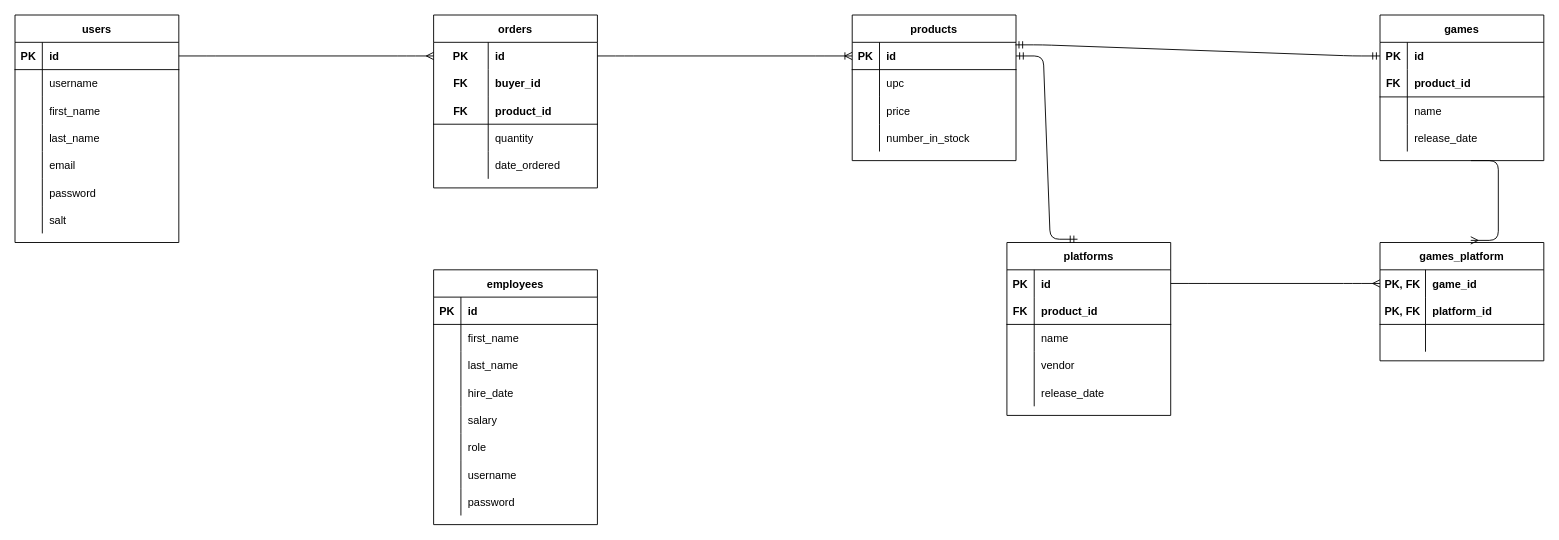
Earlier version of the draw.io diagram ERD.drawio (jamesaiello42/Video-Game-API). Source tidied: cells renumbered, new cells numbered last; positions are measured from the earlier drawing's top-left corner, leaving out a move shared by most shapes. Both pictures are drawn from the tidied source at 91%, with x=0, y=0 at pixel (15, 15).
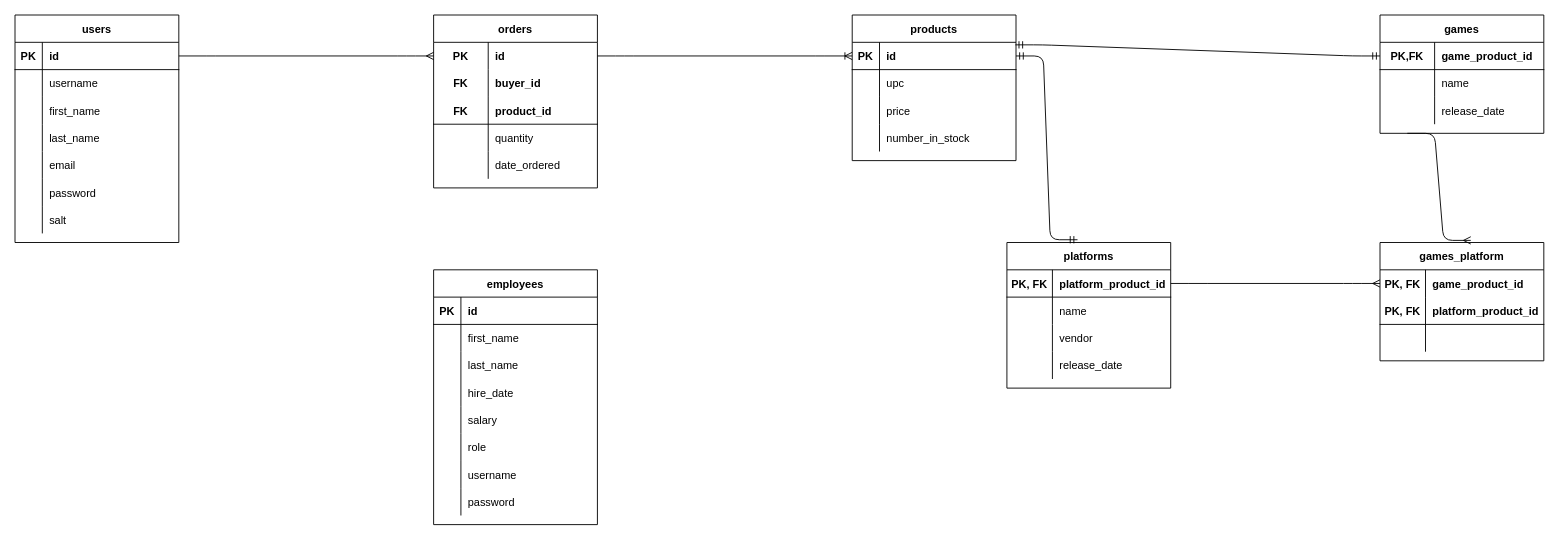
The same diagram, later.

Unchanged cells that the change refers to:
```xml
<mxCell id="37" value="games_platform" style="shape=table;startSize=30;childLayout=tableLayout;rowLines=0;fontStyle=1;align=center;" parent="1" vertex="1">
  <mxGeometry x="1500" y="250" width="180" height="130" as="geometry" />
</mxCell>
<mxCell id="38" style="shape=partialRectangle;fillColor=none;top=0;left=0;bottom=0;right=0;" parent="37" vertex="1">
  <mxGeometry y="30" width="180" height="30" as="geometry" />
</mxCell>
<mxCell id="41" style="shape=partialRectangle;fillColor=none;top=0;left=0;bottom=1;right=0;" parent="37" vertex="1">
  <mxGeometry y="60" width="180" height="30" as="geometry" />
</mxCell>
<mxCell id="80" style="shape=partialRectangle;fillColor=none;top=0;left=0;bottom=1;right=0;points=[[0,0.5],[1,0.5]];portConstraint=eastwest;" parent="79" vertex="1">
  <mxGeometry y="30" width="180" height="30" as="geometry" />
</mxCell>
```

Diff of the diagram source:
```diff
@@
     <mxCell id="24" value="games" style="shape=table;startSize=30;childLayout=tableLayout;rowLines=0;fontStyle=1;align=center;" parent="1" vertex="1">
-      <mxGeometry x="1500" width="180" height="160" as="geometry" />
+      <mxGeometry x="1500" width="180" height="130" as="geometry" />
     </mxCell>
-    <mxCell id="25" style="shape=partialRectangle;fillColor=none;top=0;left=0;bottom=0;right=0;points=[[0,0.5],[1,0.5]];portConstraint=eastwest;strokeColor=#000000;strokeWidth=1;" parent="24" vertex="1">
-      <mxGeometry y="30" width="180" height="30" as="geometry" />
-    </mxCell>
-    <mxCell id="26" value="PK" style="shape=partialRectangle;fillColor=none;top=0;left=0;bottom=0;right=0;fontStyle=1;overflow=hidden;" parent="25" vertex="1">
-      <mxGeometry width="30" height="30" as="geometry" />
-    </mxCell>
-    <mxCell id="27" value="id" style="shape=partialRectangle;fillColor=none;top=0;left=0;bottom=0;right=0;align=left;spacingLeft=6;fontStyle=1;overflow=hidden;" parent="25" vertex="1">
-      <mxGeometry x="30" width="150" height="30" as="geometry" />
-    </mxCell>
     <mxCell id="28" style="shape=partialRectangle;fillColor=none;top=0;left=0;bottom=1;right=0;" parent="24" vertex="1">
-      <mxGeometry y="60" width="180" height="30" as="geometry" />
+      <mxGeometry y="30" width="180" height="30" as="geometry" />
     </mxCell>
-    <mxCell id="29" value="FK" style="shape=partialRectangle;fillColor=none;top=0;left=0;bottom=0;right=0;fontStyle=1;overflow=hidden;" parent="28" vertex="1">
-      <mxGeometry width="30" height="30" as="geometry" />
+    <mxCell id="29" value="PK,FK" style="shape=partialRectangle;fillColor=none;top=0;left=0;bottom=0;right=0;fontStyle=1;overflow=hidden;" parent="28" vertex="1">
+      <mxGeometry width="60" height="30" as="geometry" />
     </mxCell>
-    <mxCell id="30" value="product_id" style="shape=partialRectangle;fillColor=none;top=0;left=0;bottom=0;right=0;align=left;spacingLeft=6;fontStyle=1;overflow=hidden;" parent="28" vertex="1">
-      <mxGeometry x="30" width="150" height="30" as="geometry" />
+    <mxCell id="30" value="game_product_id" style="shape=partialRectangle;fillColor=none;top=0;left=0;bottom=0;right=0;align=left;spacingLeft=6;fontStyle=1;overflow=hidden;" parent="28" vertex="1">
+      <mxGeometry x="60" width="120" height="30" as="geometry" />
     </mxCell>
     <mxCell id="31" style="shape=partialRectangle;fillColor=none;top=0;left=0;bottom=0;right=0;" parent="24" vertex="1">
-      <mxGeometry y="90" width="180" height="30" as="geometry" />
+      <mxGeometry y="60" width="180" height="30" as="geometry" />
     </mxCell>
     <mxCell id="32" style="shape=partialRectangle;fillColor=none;top=0;left=0;bottom=0;right=0;overflow=hidden;" parent="31" vertex="1">
-      <mxGeometry width="30" height="30" as="geometry" />
+      <mxGeometry width="60" height="30" as="geometry" />
     </mxCell>
     <mxCell id="33" value="name" style="shape=partialRectangle;fillColor=none;top=0;left=0;bottom=0;right=0;align=left;spacingLeft=6;overflow=hidden;" parent="31" vertex="1">
-      <mxGeometry x="30" width="150" height="30" as="geometry" />
+      <mxGeometry x="60" width="120" height="30" as="geometry" />
     </mxCell>
     <mxCell id="34" style="shape=partialRectangle;fillColor=none;top=0;left=0;bottom=0;right=0;" parent="24" vertex="1">
-      <mxGeometry y="120" width="180" height="30" as="geometry" />
+      <mxGeometry y="90" width="180" height="30" as="geometry" />
     </mxCell>
     <mxCell id="35" style="shape=partialRectangle;fillColor=none;top=0;left=0;bottom=0;right=0;overflow=hidden;" parent="34" vertex="1">
-      <mxGeometry width="30" height="30" as="geometry" />
+      <mxGeometry width="60" height="30" as="geometry" />
     </mxCell>
     <mxCell id="36" value="release_date" style="shape=partialRectangle;fillColor=none;top=0;left=0;bottom=0;right=0;align=left;spacingLeft=6;overflow=hidden;" parent="34" vertex="1">
-      <mxGeometry x="30" width="150" height="30" as="geometry" />
+      <mxGeometry x="60" width="120" height="30" as="geometry" />
     </mxCell>
@@
-    <mxCell id="40" value="game_id" style="shape=partialRectangle;fillColor=none;top=0;left=0;bottom=0;right=0;align=left;spacingLeft=6;fontStyle=1;overflow=hidden;" parent="38" vertex="1">
+    <mxCell id="40" value="game_product_id" style="shape=partialRectangle;fillColor=none;top=0;left=0;bottom=0;right=0;align=left;spacingLeft=6;fontStyle=1;overflow=hidden;" parent="38" vertex="1">
       <mxGeometry x="50" width="130" height="30" as="geometry" />
     </mxCell>
@@
-    <mxCell id="43" value="platform_id" style="shape=partialRectangle;fillColor=none;top=0;left=0;bottom=0;right=0;align=left;spacingLeft=6;fontStyle=1;overflow=hidden;" parent="41" vertex="1">
+    <mxCell id="43" value="platform_product_id" style="shape=partialRectangle;fillColor=none;top=0;left=0;bottom=0;right=0;align=left;spacingLeft=6;fontStyle=1;overflow=hidden;" parent="41" vertex="1">
       <mxGeometry x="50" width="130" height="30" as="geometry" />
     </mxCell>
@@
     <mxCell id="47" value="platforms" style="shape=table;startSize=30;childLayout=tableLayout;rowLines=0;fontStyle=1;align=center;" parent="1" vertex="1">
-      <mxGeometry x="1090" y="250" width="180" height="190" as="geometry" />
+      <mxGeometry x="1090" y="250" width="180" height="160" as="geometry" />
     </mxCell>
-    <mxCell id="48" style="shape=partialRectangle;fillColor=none;top=0;left=0;bottom=0;right=0;points=[[0,0.5],[1,0.5]];portConstraint=eastwest;strokeColor=#000000;strokeWidth=1;" parent="47" vertex="1">
-      <mxGeometry y="30" width="180" height="30" as="geometry" />
-    </mxCell>
-    <mxCell id="49" value="PK" style="shape=partialRectangle;fillColor=none;top=0;left=0;bottom=0;right=0;fontStyle=1;overflow=hidden;" parent="48" vertex="1">
-      <mxGeometry width="30" height="30" as="geometry" />
-    </mxCell>
-    <mxCell id="50" value="id" style="shape=partialRectangle;fillColor=none;top=0;left=0;bottom=0;right=0;align=left;spacingLeft=6;fontStyle=1;overflow=hidden;" parent="48" vertex="1">
-      <mxGeometry x="30" width="150" height="30" as="geometry" />
-    </mxCell>
     <mxCell id="51" style="shape=partialRectangle;fillColor=none;top=0;left=0;bottom=1;right=0;" parent="47" vertex="1">
-      <mxGeometry y="60" width="180" height="30" as="geometry" />
+      <mxGeometry y="30" width="180" height="30" as="geometry" />
     </mxCell>
-    <mxCell id="52" value="FK" style="shape=partialRectangle;fillColor=none;top=0;left=0;bottom=0;right=0;fontStyle=1;overflow=hidden;" parent="51" vertex="1">
-      <mxGeometry width="30" height="30" as="geometry" />
+    <mxCell id="52" value="PK, FK" style="shape=partialRectangle;fillColor=none;top=0;left=0;bottom=0;right=0;fontStyle=1;overflow=hidden;" parent="51" vertex="1">
+      <mxGeometry width="50" height="30" as="geometry" />
     </mxCell>
-    <mxCell id="53" value="product_id" style="shape=partialRectangle;fillColor=none;top=0;left=0;bottom=0;right=0;align=left;spacingLeft=6;fontStyle=1;overflow=hidden;" parent="51" vertex="1">
-      <mxGeometry x="30" width="150" height="30" as="geometry" />
+    <mxCell id="53" value="platform_product_id" style="shape=partialRectangle;fillColor=none;top=0;left=0;bottom=0;right=0;align=left;spacingLeft=6;fontStyle=1;overflow=hidden;" parent="51" vertex="1">
+      <mxGeometry x="50" width="130" height="30" as="geometry" />
     </mxCell>
     <mxCell id="54" style="shape=partialRectangle;fillColor=none;top=0;left=0;bottom=0;right=0;" parent="47" vertex="1">
-      <mxGeometry y="90" width="180" height="30" as="geometry" />
+      <mxGeometry y="60" width="180" height="30" as="geometry" />
     </mxCell>
     <mxCell id="55" style="shape=partialRectangle;fillColor=none;top=0;left=0;bottom=0;right=0;overflow=hidden;" parent="54" vertex="1">
-      <mxGeometry width="30" height="30" as="geometry" />
+      <mxGeometry width="50" height="30" as="geometry" />
     </mxCell>
     <mxCell id="56" value="name" style="shape=partialRectangle;fillColor=none;top=0;left=0;bottom=0;right=0;align=left;spacingLeft=6;overflow=hidden;" parent="54" vertex="1">
-      <mxGeometry x="30" width="150" height="30" as="geometry" />
+      <mxGeometry x="50" width="130" height="30" as="geometry" />
     </mxCell>
     <mxCell id="57" style="shape=partialRectangle;fillColor=none;top=0;left=0;bottom=0;right=0;" parent="47" vertex="1">
-      <mxGeometry y="120" width="180" height="30" as="geometry" />
+      <mxGeometry y="90" width="180" height="30" as="geometry" />
     </mxCell>
     <mxCell id="58" style="shape=partialRectangle;fillColor=none;top=0;left=0;bottom=0;right=0;overflow=hidden;" parent="57" vertex="1">
-      <mxGeometry width="30" height="30" as="geometry" />
+      <mxGeometry width="50" height="30" as="geometry" />
     </mxCell>
     <mxCell id="59" value="vendor" style="shape=partialRectangle;fillColor=none;top=0;left=0;bottom=0;right=0;align=left;spacingLeft=6;overflow=hidden;" parent="57" vertex="1">
-      <mxGeometry x="30" width="150" height="30" as="geometry" />
+      <mxGeometry x="50" width="130" height="30" as="geometry" />
     </mxCell>
     <mxCell id="60" style="shape=partialRectangle;fillColor=none;top=0;left=0;bottom=0;right=0;" parent="47" vertex="1">
-      <mxGeometry y="150" width="180" height="30" as="geometry" />
+      <mxGeometry y="120" width="180" height="30" as="geometry" />
     </mxCell>
     <mxCell id="61" style="shape=partialRectangle;fillColor=none;top=0;left=0;bottom=0;right=0;overflow=hidden;" parent="60" vertex="1">
-      <mxGeometry width="30" height="30" as="geometry" />
+      <mxGeometry width="50" height="30" as="geometry" />
     </mxCell>
     <mxCell id="62" value="release_date" style="shape=partialRectangle;fillColor=none;top=0;left=0;bottom=0;right=0;align=left;spacingLeft=6;overflow=hidden;" parent="60" vertex="1">
-      <mxGeometry x="30" width="150" height="30" as="geometry" />
+      <mxGeometry x="50" width="130" height="30" as="geometry" />
     </mxCell>
@@
-    <mxCell id="120" style="edgeStyle=entityRelationEdgeStyle;fontSize=12;html=1;endArrow=ERmandOne;startArrow=ERmandOne;entryX=0;entryY=0.5;entryDx=0;entryDy=0;exitX=0.996;exitY=0.093;exitDx=0;exitDy=0;exitPerimeter=0;" parent="1" edge="1" source="80" target="25">
-      <mxGeometry relative="1" as="geometry" />
+    <mxCell id="120" style="edgeStyle=entityRelationEdgeStyle;fontSize=12;html=1;endArrow=ERmandOne;startArrow=ERmandOne;entryX=0;entryY=0.5;entryDx=0;entryDy=0;exitX=0.996;exitY=0.093;exitDx=0;exitDy=0;exitPerimeter=0;" parent="1" edge="1" source="80">
+      <mxGeometry relative="1" as="geometry">
+        <mxPoint x="1500" y="45" as="targetPoint" />
+      </mxGeometry>
     </mxCell>
-    <mxCell id="121" style="edgeStyle=entityRelationEdgeStyle;fontSize=12;html=1;endArrow=ERmany;exitX=1;exitY=0.5;exitDx=0;exitDy=0;" parent="1" edge="1" source="48">
+    <mxCell id="121" style="edgeStyle=entityRelationEdgeStyle;fontSize=12;html=1;endArrow=ERmany;exitX=1;exitY=0.5;exitDx=0;exitDy=0;" parent="1" edge="1">
       <mxGeometry relative="1" as="geometry">
+        <mxPoint x="1270" y="295" as="sourcePoint" />
         <mxPoint x="1500" y="295" as="targetPoint" />
       </mxGeometry>
     </mxCell>
     <mxCell id="122" style="edgeStyle=entityRelationEdgeStyle;fontSize=12;html=1;endArrow=ERmany;entryX=0.554;entryY=-0.018;entryDx=0;entryDy=0;entryPerimeter=0;" parent="1" edge="1" target="37">
       <mxGeometry relative="1" as="geometry">
-        <mxPoint x="1600" y="160" as="sourcePoint" />
+        <mxPoint x="1530" y="130" as="sourcePoint" />
       </mxGeometry>
     </mxCell>
```
